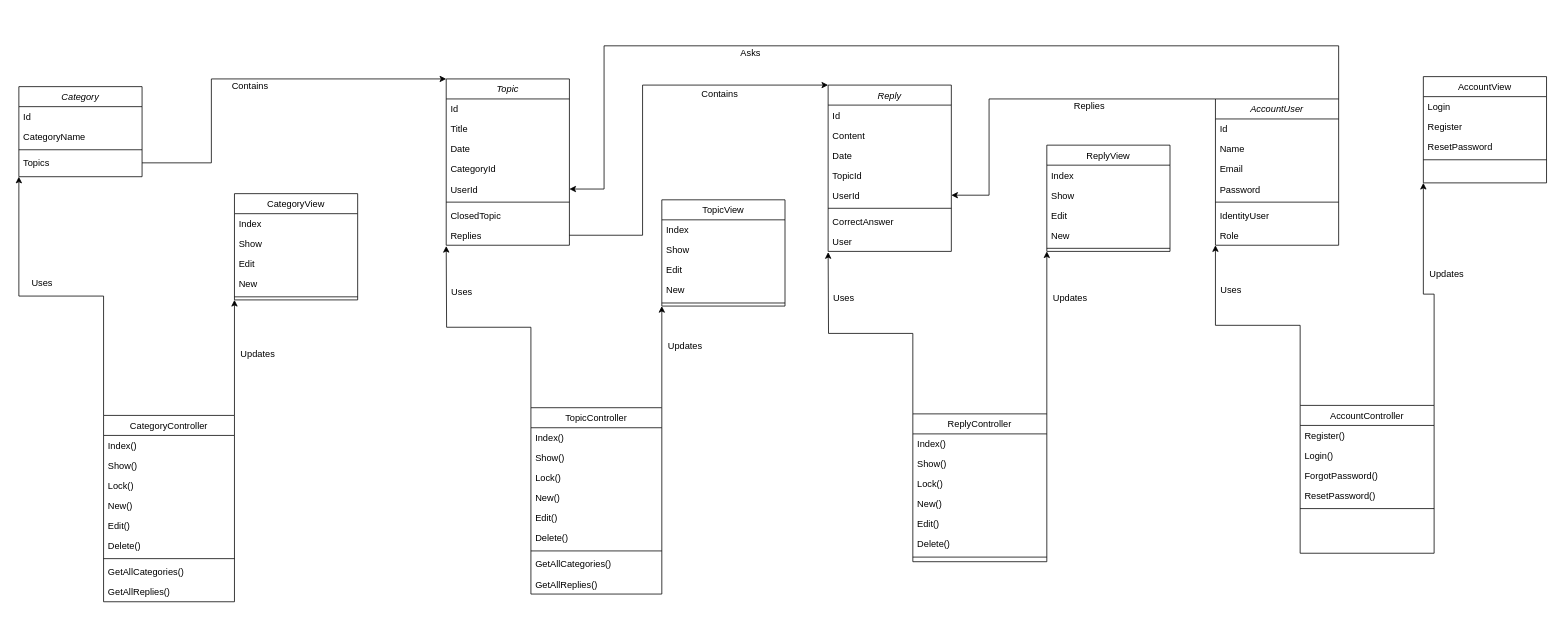
Earlier version of the draw.io diagram Documentation/OverviewDiagram_Draw.drawio (alexandrubrinzea/AskAway). Source tidied: cells renumbered, new cells numbered last; positions are measured from the earlier drawing's top-left corner, leaving out a move shared by most shapes. Both pictures are drawn from the tidied source at 77%, with x=0, y=0 at pixel (18, 45).
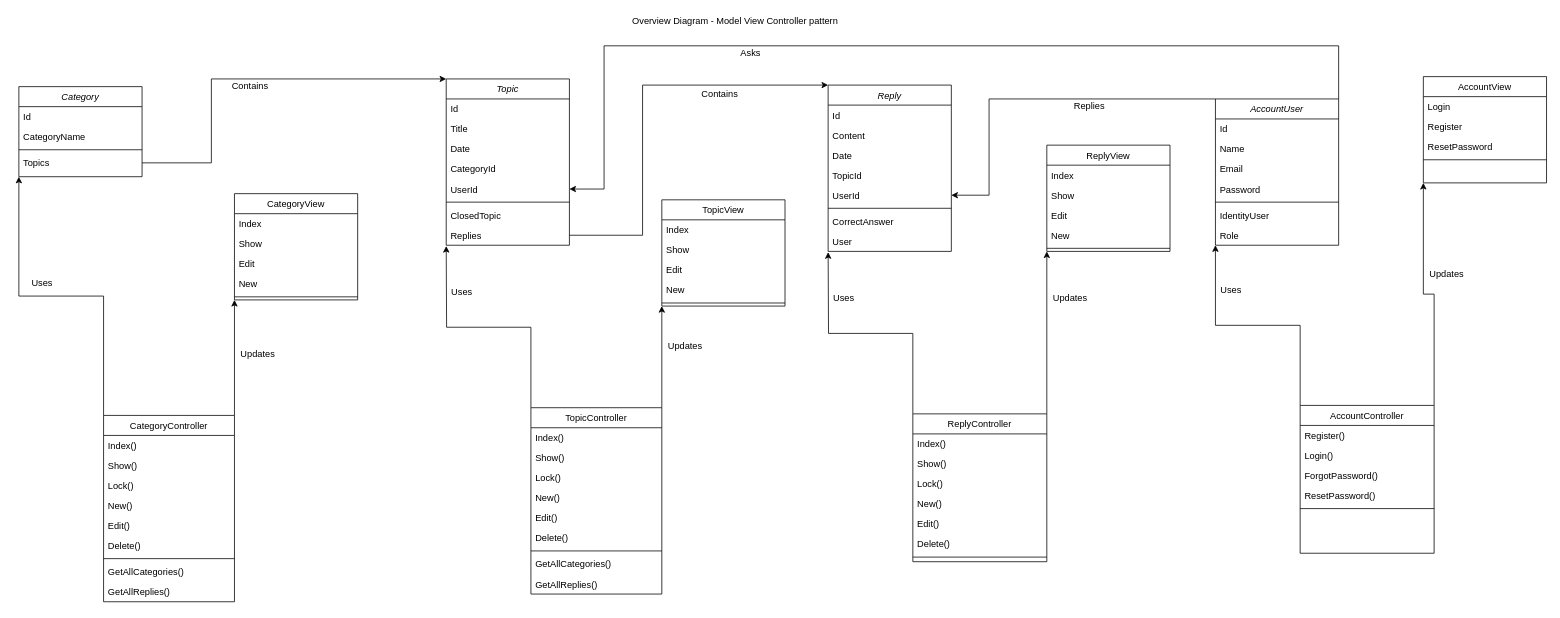
After the change.

Commit message (it also covers changes not shown here):
Added missing diagrams

Diff of the diagram source:
```diff
@@
+    <mxCell id="114" value="Overview Diagram - Model View Controller pattern" style="text;html=1;align=center;verticalAlign=middle;" parent="1" vertex="1">
+      <mxGeometry x="790" y="-42" width="280" height="20" as="geometry" />
+    </mxCell>
```
